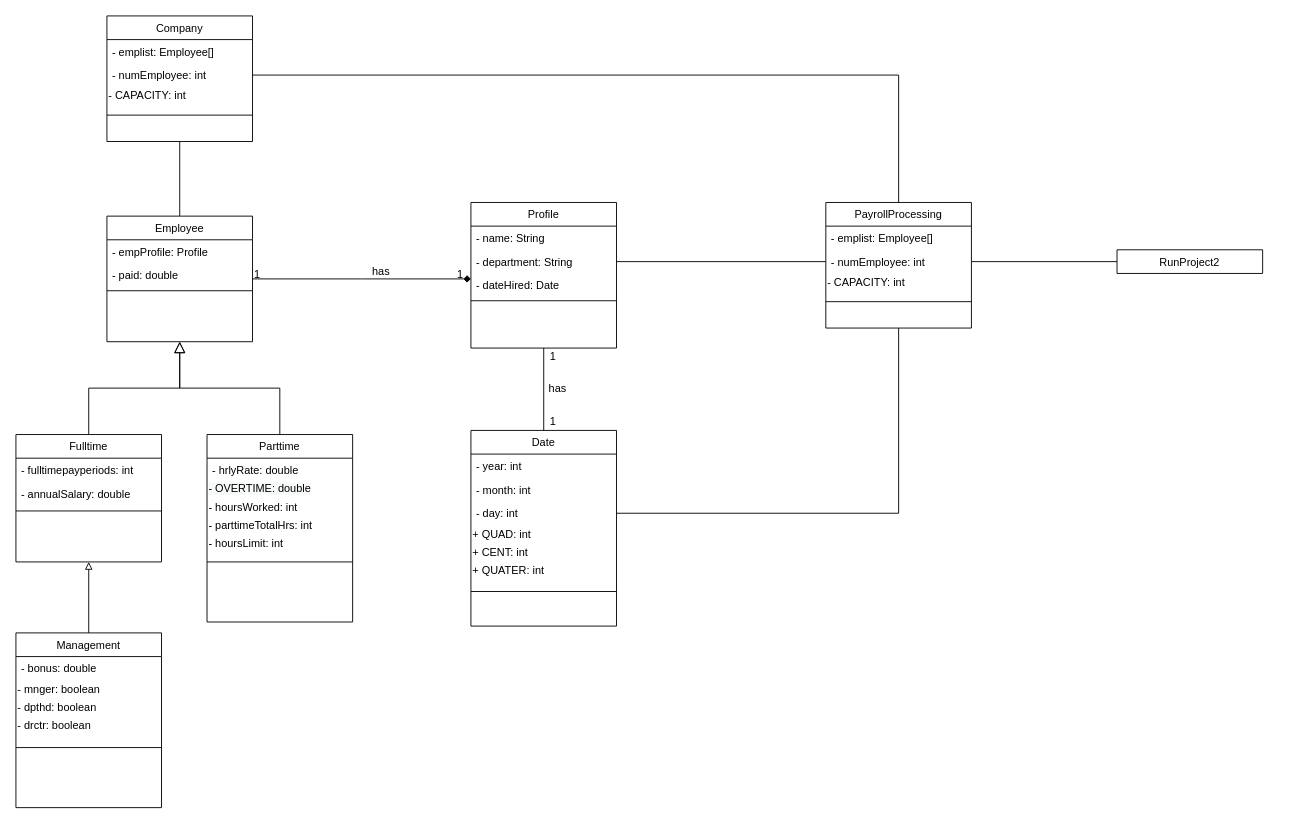
Above: Project 2 Diagram.drawio in CeceliaCD/Project2-PayrollProcessingSys (draw.io), before the change. Source tidied: cells renumbered, new cells numbered last; positions are measured from the earlier drawing's top-left corner, leaving out a move shared by most shapes. Both pictures are drawn from the tidied source at 91%, with x=0, y=0 at pixel (15, 15).
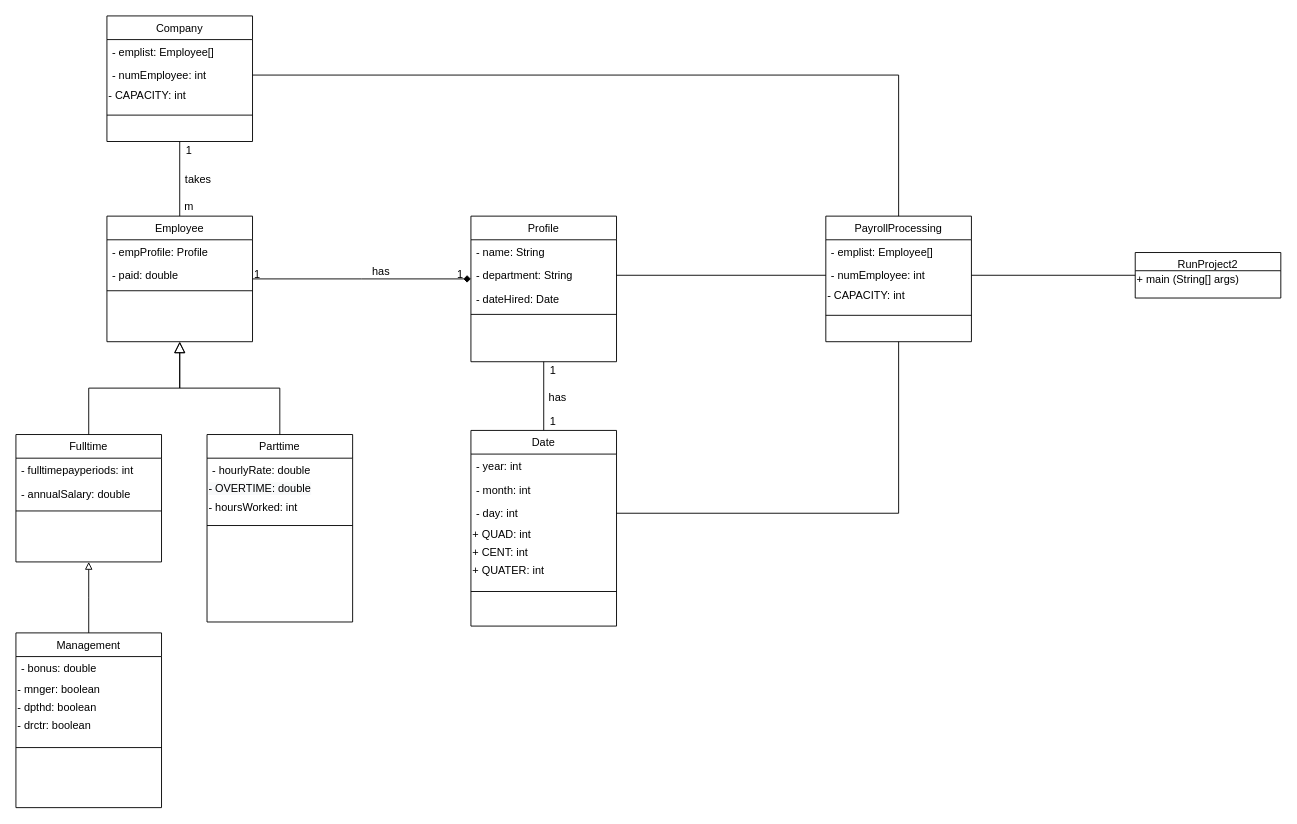
Above is the later version.

Unchanged cells that the change refers to:
```xml
<mxCell id="12" value="Parttime" style="swimlane;fontStyle=0;align=center;verticalAlign=top;horizontal=1;startSize=26;rounded=0;shadow=0;strokeWidth=1;" parent="1" vertex="1">
  <mxGeometry x="210" y="460" width="160" height="206" as="geometry" />
</mxCell>
```

What changed in the source:
```diff
@@
-    <mxCell id="13" value="- hrlyRate: double&#10;&#10;" style="text;align=left;verticalAlign=top;spacingLeft=4;spacingRight=4;overflow=hidden;" parent="12" vertex="1">
+    <mxCell id="13" value="- hourlyRate: double&#10;&#10;" style="text;align=left;verticalAlign=top;spacingLeft=4;spacingRight=4;overflow=hidden;" parent="12" vertex="1">
       <mxGeometry y="26" width="160" height="24" as="geometry" />
     </mxCell>
@@
-    <mxCell id="16" value="&lt;span&gt;- parttimeTotalHrs: int&lt;/span&gt;" style="text;html=1;align=left;verticalAlign=middle;" parent="12" vertex="1">
-      <mxGeometry y="90" width="160" height="20" as="geometry" />
-    </mxCell>
-    <mxCell id="17" value="&lt;span&gt;- hoursLimit: int&lt;/span&gt;" style="text;html=1;align=left;verticalAlign=middle;" parent="12" vertex="1">
-      <mxGeometry y="110" width="160" height="20" as="geometry" />
-    </mxCell>
     <mxCell id="18" style="line;html=1;strokeWidth=1;align=left;verticalAlign=middle;spacingTop=-1;spacingLeft=3;spacingRight=3;labelPosition=right;" parent="12" vertex="1">
-      <mxGeometry y="130" width="160" height="20" as="geometry" />
+      <mxGeometry y="90" width="160" height="20" as="geometry" />
     </mxCell>
@@
     <mxCell id="20" value="Profile" style="swimlane;fontStyle=0;align=center;verticalAlign=top;horizontal=1;startSize=26;rounded=0;shadow=0;strokeWidth=1;" parent="1" vertex="1">
-      <mxGeometry x="500" y="205" width="160" height="160" as="geometry" />
+      <mxGeometry x="500" y="220" width="160" height="160" as="geometry" />
     </mxCell>
@@
     <mxCell id="41" value="PayrollProcessing" style="swimlane;fontStyle=0;align=center;verticalAlign=top;horizontal=1;startSize=26;rounded=0;shadow=0;strokeWidth=1;" parent="1" vertex="1">
-      <mxGeometry x="890" y="205" width="160" height="138" as="geometry" />
+      <mxGeometry x="890" y="220" width="160" height="138" as="geometry" />
     </mxCell>
@@
-    <mxCell id="56" value="RunProject2" style="swimlane;fontStyle=0;align=center;verticalAlign=top;horizontal=1;startSize=26;rounded=0;shadow=0;strokeWidth=1;" parent="1" vertex="1" collapsed="1">
-      <mxGeometry x="1210" y="257" width="160" height="26" as="geometry" />
+    <mxCell id="56" value="RunProject2" style="swimlane;fontStyle=0;align=center;verticalAlign=top;horizontal=1;startSize=20;rounded=0;shadow=0;strokeWidth=1;" parent="1" vertex="1">
+      <mxGeometry x="1230" y="260" width="160" height="50" as="geometry" />
     </mxCell>
+    <mxCell id="63" value="+ main (String[] args)" style="text;html=1;align=left;verticalAlign=middle;" parent="56" vertex="1">
+      <mxGeometry y="20" width="160" height="20" as="geometry" />
+    </mxCell>
@@
     <mxCell id="60" value="has" style="text;html=1;align=center;verticalAlign=middle;" parent="1" vertex="1">
-      <mxGeometry x="580" y="400" width="30" height="20" as="geometry" />
+      <mxGeometry x="580" y="410" width="30" height="20" as="geometry" />
     </mxCell>
     <mxCell id="61" value="1" style="text;html=1;align=center;verticalAlign=middle;" parent="1" vertex="1">
-      <mxGeometry x="580" y="365" width="20" height="20" as="geometry" />
+      <mxGeometry x="580" y="380" width="20" height="20" as="geometry" />
     </mxCell>
@@
+    <mxCell id="64" value="takes" style="text;html=1;align=center;verticalAlign=middle;" parent="1" vertex="1">
+      <mxGeometry x="180" y="170" width="40" height="20" as="geometry" />
+    </mxCell>
+    <mxCell id="65" value="1" style="text;html=1;align=center;verticalAlign=middle;" parent="1" vertex="1">
+      <mxGeometry x="180" y="138" width="20" height="20" as="geometry" />
+    </mxCell>
+    <mxCell id="66" value="m" style="text;html=1;align=center;verticalAlign=middle;" parent="1" vertex="1">
+      <mxGeometry x="175" y="200" width="30" height="20" as="geometry" />
+    </mxCell>
```
